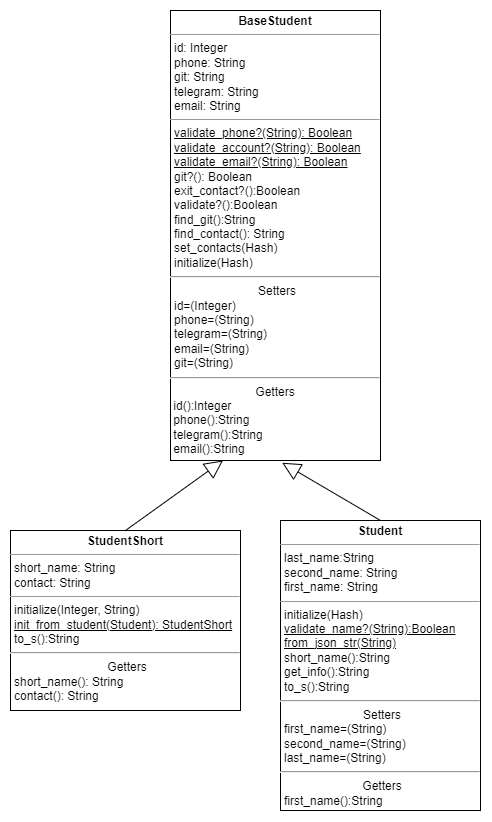
This is lab2/diagrams/student_diagr.png from rmyau/pattern_labs, a draw.io export, as it was before one commit. Source tidied: cells renumbered, new cells last; positions are measured from the earlier drawing's top-left corner, leaving out a move shared by most shapes.
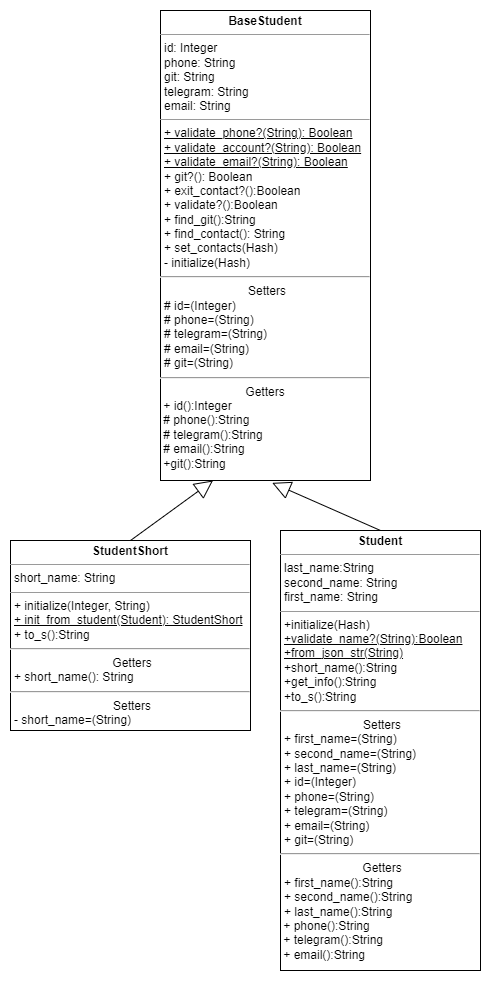
Above is the later version.

Commit message:
Переделана диаграмма

What changed in the source:
```diff
@@ -2,11 +2,11 @@
   <root>
     <mxCell id="0" />
     <mxCell id="1" parent="0" />
-    <mxCell id="2" value="&lt;p style=&quot;margin:0px;margin-top:4px;text-align:center;&quot;&gt;&lt;b&gt;BaseStudent&lt;/b&gt;&lt;/p&gt;&lt;hr size=&quot;1&quot;&gt;&lt;p style=&quot;margin:0px;margin-left:4px;&quot;&gt;id: Integer&lt;/p&gt;&lt;p style=&quot;margin:0px;margin-left:4px;&quot;&gt;phone: String&lt;/p&gt;&lt;p style=&quot;margin:0px;margin-left:4px;&quot;&gt;git: String&lt;/p&gt;&lt;p style=&quot;margin:0px;margin-left:4px;&quot;&gt;telegram: String&lt;/p&gt;&lt;p style=&quot;margin:0px;margin-left:4px;&quot;&gt;email: String&lt;/p&gt;&lt;hr size=&quot;1&quot;&gt;&lt;p style=&quot;margin:0px;margin-left:4px;&quot;&gt;&lt;u&gt;validate_phone?(String): Boolean&lt;/u&gt;&lt;/p&gt;&lt;p style=&quot;margin:0px;margin-left:4px;&quot;&gt;&lt;u&gt;validate_account?(String): Boolean&lt;/u&gt;&lt;/p&gt;&lt;p style=&quot;margin:0px;margin-left:4px;&quot;&gt;&lt;u&gt;validate_email?(String): Boolean&lt;/u&gt;&lt;/p&gt;&lt;p style=&quot;margin:0px;margin-left:4px;&quot;&gt;git?(): Boolean&lt;/p&gt;&lt;p style=&quot;margin:0px;margin-left:4px;&quot;&gt;exit_contact?():Boolean&lt;/p&gt;&lt;p style=&quot;margin:0px;margin-left:4px;&quot;&gt;validate?():Boolean&lt;/p&gt;&lt;p style=&quot;margin:0px;margin-left:4px;&quot;&gt;find_git():String&lt;/p&gt;&lt;p style=&quot;margin:0px;margin-left:4px;&quot;&gt;find_contact(): String&lt;/p&gt;&lt;p style=&quot;margin:0px;margin-left:4px;&quot;&gt;set_contacts(Hash)&lt;/p&gt;&lt;p style=&quot;margin:0px;margin-left:4px;&quot;&gt;initialize(Hash)&lt;/p&gt;&lt;hr&gt;&lt;p style=&quot;text-align: center; margin: 0px 0px 0px 4px;&quot;&gt;Setters&lt;/p&gt;&lt;p style=&quot;margin: 0px 0px 0px 4px;&quot;&gt;id=(Integer)&lt;/p&gt;&lt;p style=&quot;margin: 0px 0px 0px 4px;&quot;&gt;phone=(String)&lt;/p&gt;&lt;p style=&quot;margin: 0px 0px 0px 4px;&quot;&gt;telegram=(String)&lt;/p&gt;&lt;p style=&quot;margin: 0px 0px 0px 4px;&quot;&gt;email=(String)&lt;/p&gt;&lt;p style=&quot;margin: 0px 0px 0px 4px;&quot;&gt;git=(String)&lt;/p&gt;&lt;hr&gt;&lt;div style=&quot;text-align: center;&quot;&gt;&lt;span style=&quot;background-color: initial;&quot;&gt;Getters&lt;/span&gt;&lt;/div&gt;&lt;div style=&quot;&quot;&gt;&lt;span style=&quot;background-color: initial;&quot;&gt;&amp;nbsp;id():Integer&lt;/span&gt;&lt;/div&gt;&lt;div style=&quot;&quot;&gt;&amp;nbsp;phone():String&lt;/div&gt;&lt;div style=&quot;&quot;&gt;&amp;nbsp;telegram():String&lt;/div&gt;&lt;div style=&quot;&quot;&gt;&amp;nbsp;email():String&lt;/div&gt;&lt;div style=&quot;&quot;&gt;&lt;br&gt;&lt;/div&gt;&lt;div style=&quot;&quot;&gt;&lt;span style=&quot;background-color: initial;&quot;&gt;&lt;br&gt;&lt;/span&gt;&lt;/div&gt;" style="verticalAlign=top;align=left;overflow=fill;fontSize=12;fontFamily=Helvetica;html=1;whiteSpace=wrap;" parent="1" vertex="1">
-      <mxGeometry x="160" width="210" height="450" as="geometry" />
+    <mxCell id="2" value="&lt;p style=&quot;margin:0px;margin-top:4px;text-align:center;&quot;&gt;&lt;b&gt;BaseStudent&lt;/b&gt;&lt;/p&gt;&lt;hr size=&quot;1&quot;&gt;&lt;p style=&quot;margin:0px;margin-left:4px;&quot;&gt;id: Integer&lt;/p&gt;&lt;p style=&quot;margin:0px;margin-left:4px;&quot;&gt;phone: String&lt;/p&gt;&lt;p style=&quot;margin:0px;margin-left:4px;&quot;&gt;git: String&lt;/p&gt;&lt;p style=&quot;margin:0px;margin-left:4px;&quot;&gt;telegram: String&lt;/p&gt;&lt;p style=&quot;margin:0px;margin-left:4px;&quot;&gt;email: String&lt;/p&gt;&lt;hr size=&quot;1&quot;&gt;&lt;p style=&quot;margin:0px;margin-left:4px;&quot;&gt;&lt;u&gt;+ validate_phone?(String): Boolean&lt;/u&gt;&lt;/p&gt;&lt;p style=&quot;margin:0px;margin-left:4px;&quot;&gt;&lt;u&gt;+ validate_account?(String): Boolean&lt;/u&gt;&lt;/p&gt;&lt;p style=&quot;margin:0px;margin-left:4px;&quot;&gt;&lt;u&gt;+ validate_email?(String): Boolean&lt;/u&gt;&lt;/p&gt;&lt;p style=&quot;margin:0px;margin-left:4px;&quot;&gt;+ git?(): Boolean&lt;/p&gt;&lt;p style=&quot;margin:0px;margin-left:4px;&quot;&gt;+ exit_contact?():Boolean&lt;/p&gt;&lt;p style=&quot;margin:0px;margin-left:4px;&quot;&gt;+ validate?():Boolean&lt;/p&gt;&lt;p style=&quot;margin:0px;margin-left:4px;&quot;&gt;+ find_git():String&lt;/p&gt;&lt;p style=&quot;margin:0px;margin-left:4px;&quot;&gt;+ find_contact(): String&lt;/p&gt;&lt;p style=&quot;margin:0px;margin-left:4px;&quot;&gt;+ set_contacts(Hash)&lt;/p&gt;&lt;p style=&quot;margin:0px;margin-left:4px;&quot;&gt;- initialize(Hash)&lt;/p&gt;&lt;hr&gt;&lt;p style=&quot;text-align: center; margin: 0px 0px 0px 4px;&quot;&gt;Setters&lt;/p&gt;&lt;p style=&quot;margin: 0px 0px 0px 4px;&quot;&gt;# id=(Integer)&lt;/p&gt;&lt;p style=&quot;margin: 0px 0px 0px 4px;&quot;&gt;# phone=(String)&lt;/p&gt;&lt;p style=&quot;margin: 0px 0px 0px 4px;&quot;&gt;# telegram=(String)&lt;/p&gt;&lt;p style=&quot;margin: 0px 0px 0px 4px;&quot;&gt;# email=(String)&lt;/p&gt;&lt;p style=&quot;margin: 0px 0px 0px 4px;&quot;&gt;# git=(String)&lt;/p&gt;&lt;hr&gt;&lt;div style=&quot;text-align: center;&quot;&gt;&lt;span style=&quot;background-color: initial;&quot;&gt;Getters&lt;/span&gt;&lt;/div&gt;&lt;div style=&quot;&quot;&gt;&lt;span style=&quot;background-color: initial;&quot;&gt;&amp;nbsp;+ id():Integer&lt;/span&gt;&lt;/div&gt;&lt;div style=&quot;&quot;&gt;&amp;nbsp;# phone():String&lt;/div&gt;&lt;div style=&quot;&quot;&gt;&amp;nbsp;# telegram():String&lt;/div&gt;&lt;div style=&quot;&quot;&gt;&amp;nbsp;# email():String&lt;/div&gt;&lt;div style=&quot;&quot;&gt;&amp;nbsp;+git():String&lt;/div&gt;&lt;div style=&quot;&quot;&gt;&lt;br&gt;&lt;/div&gt;&lt;div style=&quot;&quot;&gt;&lt;br&gt;&lt;/div&gt;&lt;div style=&quot;&quot;&gt;&lt;span style=&quot;background-color: initial;&quot;&gt;&lt;br&gt;&lt;/span&gt;&lt;/div&gt;" style="verticalAlign=top;align=left;overflow=fill;fontSize=12;fontFamily=Helvetica;html=1;whiteSpace=wrap;" parent="1" vertex="1">
+      <mxGeometry x="150" y="-10" width="210" height="470" as="geometry" />
     </mxCell>
-    <mxCell id="3" value="&lt;p style=&quot;margin:0px;margin-top:4px;text-align:center;&quot;&gt;&lt;b&gt;Student&lt;/b&gt;&lt;/p&gt;&lt;hr size=&quot;1&quot;&gt;&lt;p style=&quot;margin:0px;margin-left:4px;&quot;&gt;last_name:String&lt;/p&gt;&lt;p style=&quot;margin:0px;margin-left:4px;&quot;&gt;second_name: String&lt;/p&gt;&lt;p style=&quot;margin:0px;margin-left:4px;&quot;&gt;first_name: String&lt;/p&gt;&lt;hr size=&quot;1&quot;&gt;&lt;p style=&quot;margin:0px;margin-left:4px;&quot;&gt;initialize(Hash)&lt;/p&gt;&lt;p style=&quot;margin:0px;margin-left:4px;&quot;&gt;&lt;u&gt;validate_name?(String):Boolean&lt;/u&gt;&lt;/p&gt;&lt;p style=&quot;margin:0px;margin-left:4px;&quot;&gt;&lt;u&gt;from_json_str(String)&lt;/u&gt;&lt;/p&gt;&lt;p style=&quot;margin:0px;margin-left:4px;&quot;&gt;short_name():String&lt;/p&gt;&lt;p style=&quot;margin:0px;margin-left:4px;&quot;&gt;get_info():String&lt;/p&gt;&lt;p style=&quot;margin:0px;margin-left:4px;&quot;&gt;to_s():String&lt;/p&gt;&lt;hr&gt;&lt;p style=&quot;text-align: center; margin: 0px 0px 0px 4px;&quot;&gt;Setters&lt;/p&gt;&lt;p style=&quot;margin:0px;margin-left:4px;&quot;&gt;first_name=(String)&lt;/p&gt;&lt;p style=&quot;margin:0px;margin-left:4px;&quot;&gt;second_name=(String)&lt;/p&gt;&lt;p style=&quot;margin:0px;margin-left:4px;&quot;&gt;last_name=(String)&lt;/p&gt;&lt;hr&gt;&lt;p style=&quot;text-align: center; margin: 0px 0px 0px 4px;&quot;&gt;Getters&lt;/p&gt;&lt;p style=&quot;margin:0px;margin-left:4px;&quot;&gt;first_name():String&lt;/p&gt;&lt;p style=&quot;margin:0px;margin-left:4px;&quot;&gt;second_name():String&lt;/p&gt;&lt;p style=&quot;margin:0px;margin-left:4px;&quot;&gt;last_name():String&lt;/p&gt;&lt;p style=&quot;margin:0px;margin-left:4px;&quot;&gt;&lt;br&gt;&lt;/p&gt;" style="verticalAlign=top;align=left;overflow=fill;fontSize=12;fontFamily=Helvetica;html=1;whiteSpace=wrap;" parent="1" vertex="1">
-      <mxGeometry x="270" y="510" width="200" height="290" as="geometry" />
+    <mxCell id="3" value="&lt;p style=&quot;margin:0px;margin-top:4px;text-align:center;&quot;&gt;&lt;b&gt;Student&lt;/b&gt;&lt;/p&gt;&lt;hr size=&quot;1&quot;&gt;&lt;p style=&quot;margin:0px;margin-left:4px;&quot;&gt;last_name:String&lt;/p&gt;&lt;p style=&quot;margin:0px;margin-left:4px;&quot;&gt;second_name: String&lt;/p&gt;&lt;p style=&quot;margin:0px;margin-left:4px;&quot;&gt;first_name: String&lt;/p&gt;&lt;hr size=&quot;1&quot;&gt;&lt;p style=&quot;margin:0px;margin-left:4px;&quot;&gt;+initialize(Hash)&lt;/p&gt;&lt;p style=&quot;margin:0px;margin-left:4px;&quot;&gt;&lt;u&gt;+validate_name?(String):Boolean&lt;/u&gt;&lt;/p&gt;&lt;p style=&quot;margin:0px;margin-left:4px;&quot;&gt;&lt;u&gt;+from_json_str(String)&lt;/u&gt;&lt;/p&gt;&lt;p style=&quot;margin:0px;margin-left:4px;&quot;&gt;+short_name():String&lt;/p&gt;&lt;p style=&quot;margin:0px;margin-left:4px;&quot;&gt;+get_info():String&lt;/p&gt;&lt;p style=&quot;margin:0px;margin-left:4px;&quot;&gt;+to_s():String&lt;/p&gt;&lt;hr&gt;&lt;p style=&quot;text-align: center; margin: 0px 0px 0px 4px;&quot;&gt;Setters&lt;/p&gt;&lt;p style=&quot;margin:0px;margin-left:4px;&quot;&gt;+ first_name=(String)&lt;/p&gt;&lt;p style=&quot;margin:0px;margin-left:4px;&quot;&gt;+ second_name=(String)&lt;/p&gt;&lt;p style=&quot;margin:0px;margin-left:4px;&quot;&gt;+ last_name=(String)&lt;/p&gt;&lt;p style=&quot;border-color: var(--border-color); margin: 0px 0px 0px 4px;&quot;&gt;+ id=(Integer)&lt;/p&gt;&lt;p style=&quot;border-color: var(--border-color); margin: 0px 0px 0px 4px;&quot;&gt;+ phone=(String)&lt;/p&gt;&lt;p style=&quot;border-color: var(--border-color); margin: 0px 0px 0px 4px;&quot;&gt;+ telegram=(String)&lt;/p&gt;&lt;p style=&quot;border-color: var(--border-color); margin: 0px 0px 0px 4px;&quot;&gt;+ email=(String)&lt;/p&gt;&lt;p style=&quot;border-color: var(--border-color); margin: 0px 0px 0px 4px;&quot;&gt;+ git=(String)&lt;/p&gt;&lt;hr&gt;&lt;p style=&quot;text-align: center; margin: 0px 0px 0px 4px;&quot;&gt;Getters&lt;/p&gt;&lt;p style=&quot;margin:0px;margin-left:4px;&quot;&gt;+ first_name():String&lt;/p&gt;&lt;p style=&quot;margin:0px;margin-left:4px;&quot;&gt;+ second_name():String&lt;/p&gt;&lt;p style=&quot;margin:0px;margin-left:4px;&quot;&gt;+ last_name():String&lt;/p&gt;&lt;div style=&quot;border-color: var(--border-color);&quot;&gt;&amp;nbsp;+ phone():String&lt;/div&gt;&lt;div style=&quot;border-color: var(--border-color);&quot;&gt;&amp;nbsp;+ telegram():String&lt;/div&gt;&lt;div style=&quot;border-color: var(--border-color);&quot;&gt;&amp;nbsp;+ email():String&lt;/div&gt;&lt;p style=&quot;margin:0px;margin-left:4px;&quot;&gt;&lt;br&gt;&lt;/p&gt;" style="verticalAlign=top;align=left;overflow=fill;fontSize=12;fontFamily=Helvetica;html=1;whiteSpace=wrap;" parent="1" vertex="1">
+      <mxGeometry x="270" y="510" width="200" height="440" as="geometry" />
     </mxCell>
     <mxCell id="4" value="Extends" style="endArrow=block;endSize=16;endFill=0;html=1;rounded=0;entryX=0.532;entryY=1.005;entryDx=0;entryDy=0;entryPerimeter=0;textOpacity=0;exitX=0.5;exitY=0;exitDx=0;exitDy=0;" parent="1" edge="1" source="3" target="2">
       <mxGeometry x="0.07" y="-15" relative="1" as="geometry" />
@@ -14,8 +14,8 @@
     <mxCell id="5" value="Extends" style="endArrow=block;endSize=16;endFill=0;html=1;rounded=0;entryX=0.25;entryY=1;entryDx=0;entryDy=0;textOpacity=0;exitX=0.5;exitY=0;exitDx=0;exitDy=0;" parent="1" edge="1" source="6" target="2">
       <mxGeometry x="0.07" y="-15" relative="1" as="geometry" />
     </mxCell>
-    <mxCell id="6" value="&lt;p style=&quot;margin:0px;margin-top:4px;text-align:center;&quot;&gt;&lt;b&gt;StudentShort&lt;/b&gt;&lt;/p&gt;&lt;hr size=&quot;1&quot;&gt;&lt;p style=&quot;margin:0px;margin-left:4px;&quot;&gt;short_name: String&lt;/p&gt;&lt;p style=&quot;margin:0px;margin-left:4px;&quot;&gt;contact: String&lt;/p&gt;&lt;hr size=&quot;1&quot;&gt;&lt;p style=&quot;margin:0px;margin-left:4px;&quot;&gt;initialize(Integer, String)&lt;/p&gt;&lt;p style=&quot;margin:0px;margin-left:4px;&quot;&gt;&lt;u&gt;init_from_student(Student): StudentShort&lt;/u&gt;&lt;/p&gt;&lt;p style=&quot;margin:0px;margin-left:4px;&quot;&gt;to_s():String&lt;/p&gt;&lt;hr&gt;&lt;p style=&quot;text-align: center; margin: 0px 0px 0px 4px;&quot;&gt;&lt;/p&gt;&lt;p style=&quot;text-align: center; margin: 0px 0px 0px 4px;&quot;&gt;Getters&lt;/p&gt;&lt;p style=&quot;margin:0px;margin-left:4px;&quot;&gt;short_name(): String&lt;/p&gt;&lt;p style=&quot;margin:0px;margin-left:4px;&quot;&gt;contact(): String&lt;/p&gt;&lt;p style=&quot;margin:0px;margin-left:4px;&quot;&gt;&lt;br&gt;&lt;/p&gt;" style="verticalAlign=top;align=left;overflow=fill;fontSize=12;fontFamily=Helvetica;html=1;whiteSpace=wrap;" parent="1" vertex="1">
-      <mxGeometry y="520" width="230" height="180" as="geometry" />
+    <mxCell id="6" value="&lt;p style=&quot;margin:0px;margin-top:4px;text-align:center;&quot;&gt;&lt;b&gt;StudentShort&lt;/b&gt;&lt;/p&gt;&lt;hr size=&quot;1&quot;&gt;&lt;p style=&quot;margin:0px;margin-left:4px;&quot;&gt;short_name: String&lt;/p&gt;&lt;hr size=&quot;1&quot;&gt;&lt;p style=&quot;margin:0px;margin-left:4px;&quot;&gt;+ initialize(Integer, String)&lt;/p&gt;&lt;p style=&quot;margin:0px;margin-left:4px;&quot;&gt;&lt;u&gt;+ init_from_student(Student): StudentShort&lt;/u&gt;&lt;/p&gt;&lt;p style=&quot;margin:0px;margin-left:4px;&quot;&gt;+ to_s():String&lt;/p&gt;&lt;hr&gt;&lt;p style=&quot;text-align: center; margin: 0px 0px 0px 4px;&quot;&gt;&lt;/p&gt;&lt;p style=&quot;text-align: center; margin: 0px 0px 0px 4px;&quot;&gt;Getters&lt;/p&gt;&lt;p style=&quot;margin:0px;margin-left:4px;&quot;&gt;+ short_name(): String&lt;/p&gt;&lt;hr&gt;&lt;p style=&quot;border-color: var(--border-color); text-align: center; margin: 0px 0px 0px 4px;&quot;&gt;Setters&lt;/p&gt;&lt;p style=&quot;border-color: var(--border-color); margin: 0px 0px 0px 4px;&quot;&gt;- short_name=(String)&lt;/p&gt;" style="verticalAlign=top;align=left;overflow=fill;fontSize=12;fontFamily=Helvetica;html=1;whiteSpace=wrap;" parent="1" vertex="1">
+      <mxGeometry y="520" width="240" height="190" as="geometry" />
     </mxCell>
   </root>
 </mxGraphModel>
```
